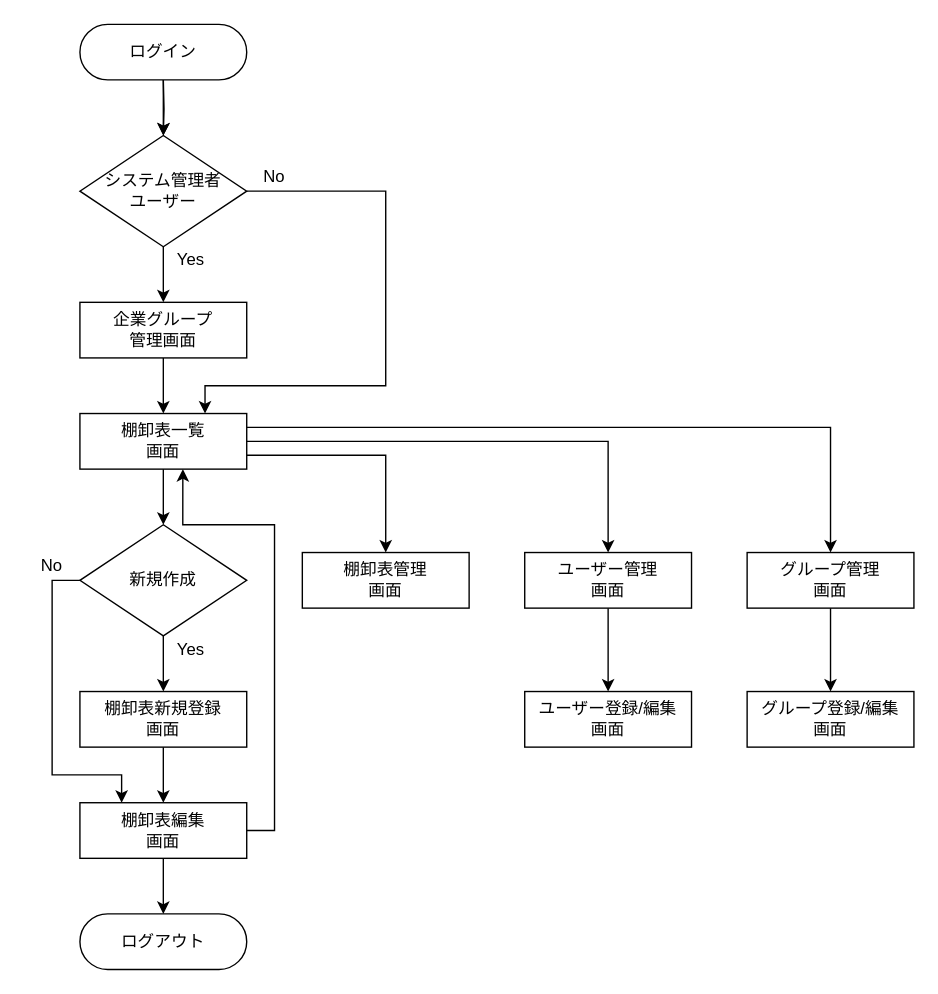
yokokawa2625/test_bpm2 keeps this draw.io diagram as 名称未設定ファイル.drawio. Above is the earlier version. Source tidied: cells renumbered, new cells numbered last; positions are measured from the earlier drawing's top-left corner, leaving out a move shared by most shapes. Both pictures are drawn from the tidied source at 139%, with x=0, y=0 at pixel (24, 24).
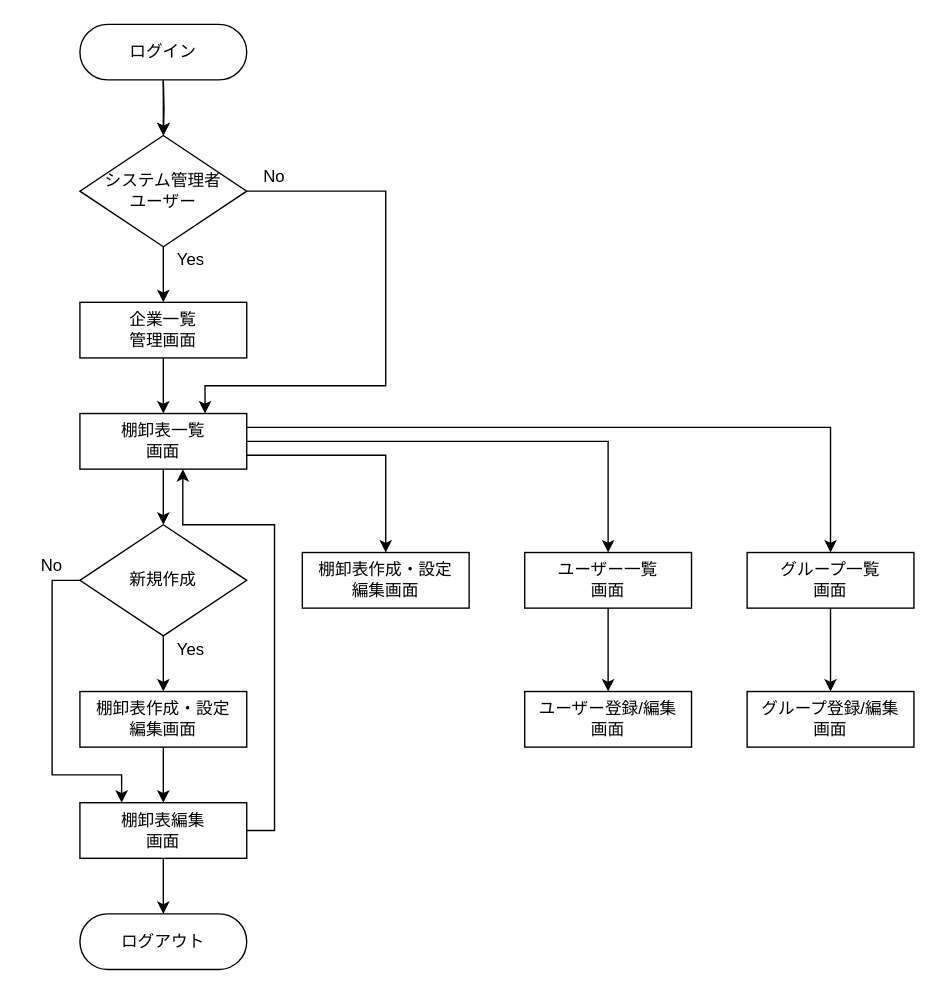
After the change.

Commit message:
名称未設定ファイル.drawio を更新します

Diff of the diagram source:
```diff
@@
-    <mxCell id="5" value="企業グループ&lt;br&gt;管理画面" style="rounded=0;whiteSpace=wrap;html=1;" parent="1" vertex="1">
+    <mxCell id="5" value="企業一覧&lt;br&gt;管理画面" style="rounded=0;whiteSpace=wrap;html=1;" parent="1" vertex="1">
       <mxGeometry x="40" y="200" width="120" height="40" as="geometry" />
     </mxCell>
@@
-    <mxCell id="11" value="棚卸表管理&lt;br&gt;画面" style="rounded=0;whiteSpace=wrap;html=1;" parent="1" vertex="1">
+    <mxCell id="11" value="棚卸表作成・設定&lt;br&gt;編集画面" style="rounded=0;whiteSpace=wrap;html=1;" parent="1" vertex="1">
       <mxGeometry x="200" y="380" width="120" height="40" as="geometry" />
     </mxCell>
@@
-    <mxCell id="14" value="棚卸表新規登録&lt;br&gt;画面" style="rounded=0;whiteSpace=wrap;html=1;" parent="1" vertex="1">
+    <mxCell id="14" value="棚卸表作成・設定&lt;br&gt;編集画面" style="rounded=0;whiteSpace=wrap;html=1;" parent="1" vertex="1">
       <mxGeometry x="40" y="480" width="120" height="40" as="geometry" />
     </mxCell>
@@
-    <mxCell id="25" value="ユーザー管理&lt;br&gt;画面" style="rounded=0;whiteSpace=wrap;html=1;" parent="1" vertex="1">
+    <mxCell id="25" value="ユーザー一覧&lt;br&gt;画面" style="rounded=0;whiteSpace=wrap;html=1;" parent="1" vertex="1">
       <mxGeometry x="360" y="380" width="120" height="40" as="geometry" />
     </mxCell>
@@
-    <mxCell id="33" value="グループ管理&lt;br&gt;画面" style="rounded=0;whiteSpace=wrap;html=1;" parent="1" vertex="1">
+    <mxCell id="33" value="グループ一覧&lt;br&gt;画面" style="rounded=0;whiteSpace=wrap;html=1;" parent="1" vertex="1">
       <mxGeometry x="520" y="380" width="120" height="40" as="geometry" />
     </mxCell>
```
